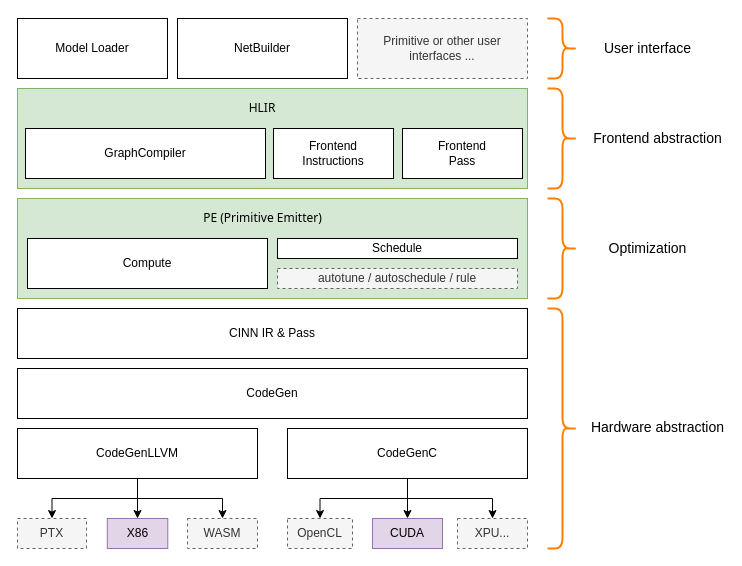
Above: CINN Architecture with future design.drawio in Superjomn/_tmp_images (draw.io), before the change. Source tidied: cells renumbered, new cells numbered last; positions are measured from the earlier drawing's top-left corner, leaving out a move shared by most shapes. Both pictures are drawn from the tidied source at 100%, with x=0, y=0 at pixel (17, 18).
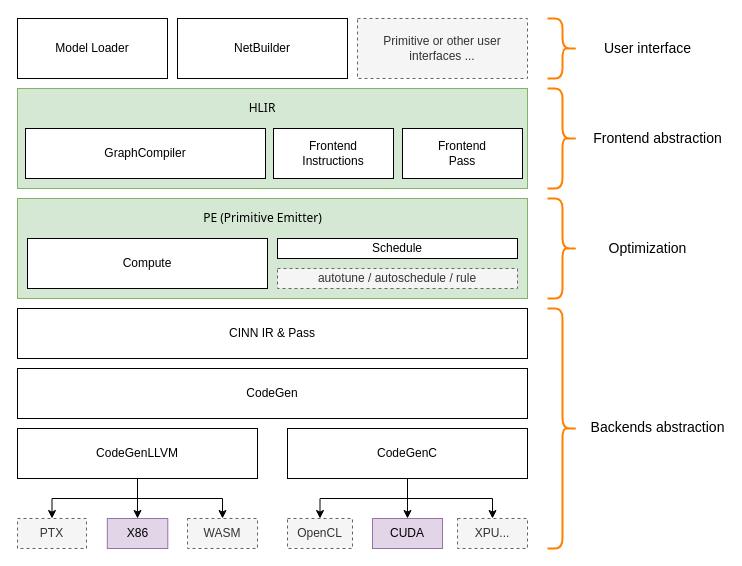
The same diagram, later.

What changed in the source:
```diff
@@
-    <mxCell id="32" value="&lt;span style=&quot;font-weight: normal&quot;&gt;&lt;font style=&quot;font-size: 14px&quot;&gt;Hardware abstraction&lt;/font&gt;&lt;/span&gt;" style="text;strokeColor=none;fillColor=none;html=1;fontSize=24;fontStyle=1;verticalAlign=middle;align=center;labelPosition=center;verticalLabelPosition=middle;horizontal=1;" parent="1" vertex="1">
+    <mxCell id="32" value="&lt;span style=&quot;font-weight: normal&quot;&gt;&lt;font style=&quot;font-size: 14px&quot;&gt;Backends abstraction&lt;/font&gt;&lt;/span&gt;" style="text;strokeColor=none;fillColor=none;html=1;fontSize=24;fontStyle=1;verticalAlign=middle;align=center;labelPosition=center;verticalLabelPosition=middle;horizontal=1;" parent="1" vertex="1">
       <mxGeometry x="590" y="386" width="100" height="40" as="geometry" />
     </mxCell>
```
